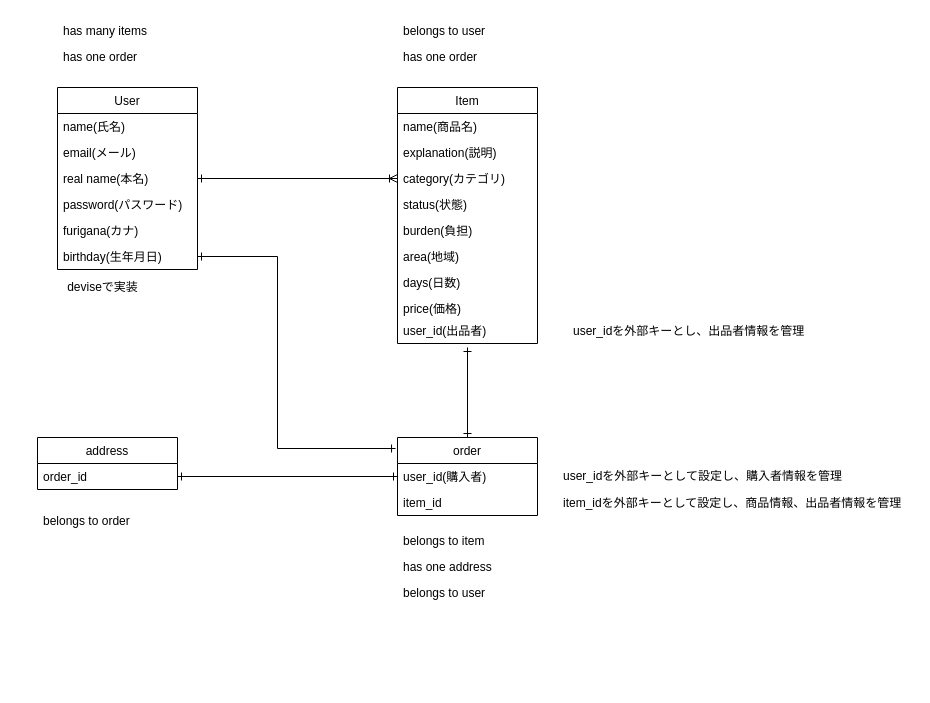
Earlier version of the draw.io diagram Drow.dio (nannano-sys/furima-31163). Source tidied: cells renumbered, new cells numbered last; positions are measured from the earlier drawing's top-left corner, leaving out a move shared by most shapes. Both pictures are drawn from the tidied source at 100%, with x=0, y=0 at pixel (37, 17).
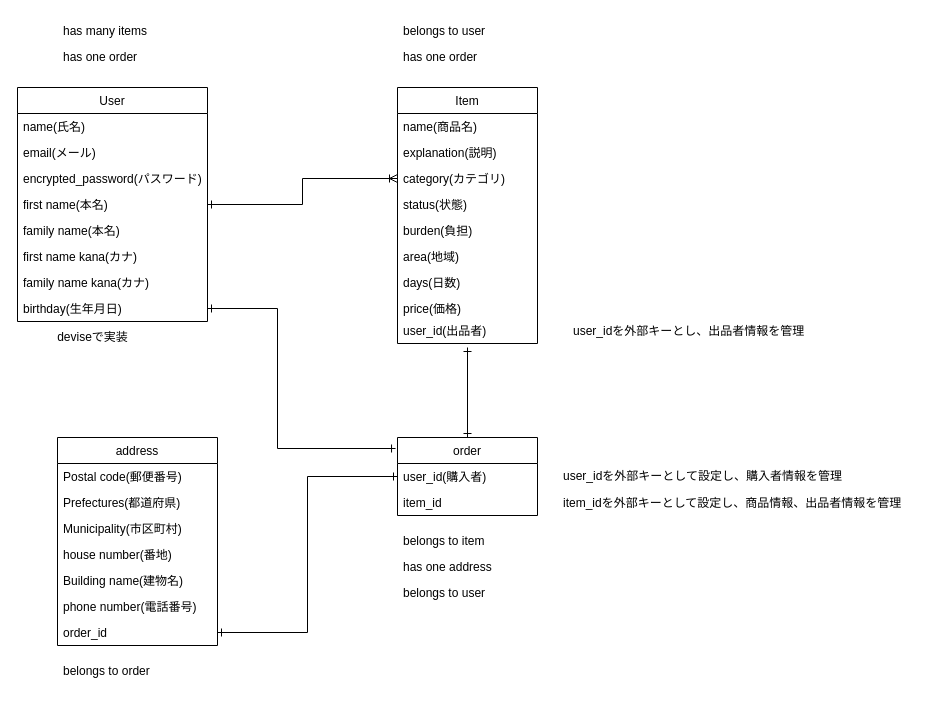
The same page after the edit.

The change refers to these unchanged cells:
```xml
<mxCell id="19" value="order" style="swimlane;fontStyle=0;horizontal=1;startSize=26;fillColor=none;" parent="1" vertex="1">
  <mxGeometry x="360" y="420" width="140" height="78" as="geometry" />
</mxCell>
```

The edit, as a diff of the source:
```diff
@@
     <mxCell id="2" value="deviseで実装" style="text;html=1;align=center;verticalAlign=middle;" parent="1" vertex="1">
-      <mxGeometry x="20" y="260" width="90" height="20" as="geometry" />
+      <mxGeometry x="10" y="310" width="90" height="20" as="geometry" />
     </mxCell>
@@
-    <mxCell id="22" value="address" style="swimlane;fontStyle=0;horizontal=1;startSize=26;fillColor=none;" parent="1" vertex="1">
-      <mxGeometry y="420" width="140" height="52" as="geometry" />
-    </mxCell>
-    <mxCell id="23" value="order_id" style="text;strokeColor=none;fillColor=none;align=left;verticalAlign=top;spacingLeft=4;spacingRight=4;overflow=hidden;points=[[0,0.5],[1,0.5]];portConstraint=eastwest;" parent="22" vertex="1">
-      <mxGeometry y="26" width="140" height="26" as="geometry" />
-    </mxCell>
@@
     <mxCell id="28" value="belongs to order" style="text;strokeColor=none;fillColor=none;align=left;verticalAlign=top;spacingLeft=4;spacingRight=4;overflow=hidden;" parent="1" vertex="1">
-      <mxGeometry y="490" width="110" height="26" as="geometry" />
+      <mxGeometry x="20" y="640" width="110" height="26" as="geometry" />
     </mxCell>
@@
     <mxCell id="30" style="edgeStyle=orthogonalEdgeStyle;rounded=0;jettySize=auto;html=1;exitX=1;exitY=0.5;exitDx=0;exitDy=0;entryX=-0.014;entryY=0.141;entryDx=0;entryDy=0;entryPerimeter=0;endArrow=ERone;endFill=0;startArrow=ERone;startFill=0;" parent="1" edge="1" source="38" target="19">
       <mxGeometry relative="1" as="geometry">
         <Array as="points">
-          <mxPoint x="240" y="239" />
+          <mxPoint x="240" y="291" />
           <mxPoint x="240" y="431" />
         </Array>
       </mxGeometry>
     </mxCell>
@@
     <mxCell id="32" value="User" style="swimlane;fontStyle=0;horizontal=1;startSize=26;fillColor=none;" parent="1" vertex="1">
-      <mxGeometry x="20" y="70" width="140" height="182" as="geometry" />
+      <mxGeometry x="-20" y="70" width="190" height="234" as="geometry" />
     </mxCell>
     <mxCell id="33" value="name(氏名)" style="text;strokeColor=none;fillColor=none;align=left;verticalAlign=top;spacingLeft=4;spacingRight=4;overflow=hidden;" parent="32" vertex="1">
-      <mxGeometry y="26" width="140" height="26" as="geometry" />
+      <mxGeometry y="26" width="190" height="26" as="geometry" />
     </mxCell>
     <mxCell id="34" value="email(メール)" style="text;strokeColor=none;fillColor=none;align=left;verticalAlign=top;spacingLeft=4;spacingRight=4;overflow=hidden;" parent="32" vertex="1">
-      <mxGeometry y="52" width="140" height="26" as="geometry" />
+      <mxGeometry y="52" width="190" height="26" as="geometry" />
     </mxCell>
+    <mxCell id="40" value="encrypted_password(パスワード)" style="text;strokeColor=none;fillColor=none;align=left;verticalAlign=top;spacingLeft=4;spacingRight=4;overflow=hidden;" parent="32" vertex="1">
+      <mxGeometry y="78" width="190" height="26" as="geometry" />
+    </mxCell>
-    <mxCell id="35" value="real name(本名)" style="text;strokeColor=none;fillColor=none;align=left;verticalAlign=top;spacingLeft=4;spacingRight=4;overflow=hidden;points=[[0,0.5],[1,0.5]];portConstraint=eastwest;" parent="32" vertex="1">
-      <mxGeometry y="78" width="140" height="26" as="geometry" />
+    <mxCell id="35" value="first name(本名)" style="text;strokeColor=none;fillColor=none;align=left;verticalAlign=top;spacingLeft=4;spacingRight=4;overflow=hidden;points=[[0,0.5],[1,0.5]];portConstraint=eastwest;" parent="32" vertex="1">
+      <mxGeometry y="104" width="190" height="26" as="geometry" />
     </mxCell>
-    <mxCell id="36" value="password(パスワード)&#10;" style="text;strokeColor=none;fillColor=none;align=left;verticalAlign=top;spacingLeft=4;spacingRight=4;overflow=hidden;" parent="32" vertex="1">
-      <mxGeometry y="104" width="140" height="26" as="geometry" />
-    </mxCell>
+    <mxCell id="41" value="family name(本名)" style="text;strokeColor=none;fillColor=none;align=left;verticalAlign=top;spacingLeft=4;spacingRight=4;overflow=hidden;" parent="32" vertex="1">
+      <mxGeometry y="130" width="190" height="26" as="geometry" />
+    </mxCell>
-    <mxCell id="37" value="furigana(カナ)" style="text;strokeColor=none;fillColor=none;align=left;verticalAlign=top;spacingLeft=4;spacingRight=4;overflow=hidden;" parent="32" vertex="1">
-      <mxGeometry y="130" width="140" height="26" as="geometry" />
+    <mxCell id="37" value="first name kana(カナ)" style="text;strokeColor=none;fillColor=none;align=left;verticalAlign=top;spacingLeft=4;spacingRight=4;overflow=hidden;" parent="32" vertex="1">
+      <mxGeometry y="156" width="190" height="26" as="geometry" />
     </mxCell>
+    <mxCell id="42" value="family name kana(カナ)" style="text;strokeColor=none;fillColor=none;align=left;verticalAlign=top;spacingLeft=4;spacingRight=4;overflow=hidden;" parent="32" vertex="1">
+      <mxGeometry y="182" width="190" height="26" as="geometry" />
+    </mxCell>
     <mxCell id="38" value="birthday(生年月日)" style="text;strokeColor=none;fillColor=none;align=left;verticalAlign=top;spacingLeft=4;spacingRight=4;overflow=hidden;points=[[0,0.5],[1,0.5]];portConstraint=eastwest;" parent="32" vertex="1">
-      <mxGeometry y="156" width="140" height="26" as="geometry" />
+      <mxGeometry y="208" width="190" height="26" as="geometry" />
     </mxCell>
@@
+    <mxCell id="22" value="address" style="swimlane;fontStyle=0;horizontal=1;startSize=26;fillColor=none;" parent="1" vertex="1">
+      <mxGeometry x="20" y="420" width="160" height="208" as="geometry" />
+    </mxCell>
+    <mxCell id="43" value="Postal code(郵便番号)" style="text;strokeColor=none;fillColor=none;align=left;verticalAlign=top;spacingLeft=4;spacingRight=4;overflow=hidden;" parent="22" vertex="1">
+      <mxGeometry y="26" width="160" height="26" as="geometry" />
+    </mxCell>
+    <mxCell id="44" value="Prefectures(都道府県)" style="text;strokeColor=none;fillColor=none;align=left;verticalAlign=top;spacingLeft=4;spacingRight=4;overflow=hidden;" parent="22" vertex="1">
+      <mxGeometry y="52" width="160" height="26" as="geometry" />
+    </mxCell>
+    <mxCell id="45" value="Municipality(市区町村)" style="text;strokeColor=none;fillColor=none;align=left;verticalAlign=top;spacingLeft=4;spacingRight=4;overflow=hidden;" parent="22" vertex="1">
+      <mxGeometry y="78" width="160" height="26" as="geometry" />
+    </mxCell>
+    <mxCell id="46" value="house number(番地)" style="text;strokeColor=none;fillColor=none;align=left;verticalAlign=top;spacingLeft=4;spacingRight=4;overflow=hidden;" parent="22" vertex="1">
+      <mxGeometry y="104" width="160" height="26" as="geometry" />
+    </mxCell>
+    <mxCell id="47" value="Building name(建物名)" style="text;strokeColor=none;fillColor=none;align=left;verticalAlign=top;spacingLeft=4;spacingRight=4;overflow=hidden;" parent="22" vertex="1">
+      <mxGeometry y="130" width="160" height="26" as="geometry" />
+    </mxCell>
+    <mxCell id="48" value="phone number(電話番号)" style="text;strokeColor=none;fillColor=none;align=left;verticalAlign=top;spacingLeft=4;spacingRight=4;overflow=hidden;" parent="22" vertex="1">
+      <mxGeometry y="156" width="160" height="26" as="geometry" />
+    </mxCell>
+    <mxCell id="23" value="order_id" style="text;strokeColor=none;fillColor=none;align=left;verticalAlign=top;spacingLeft=4;spacingRight=4;overflow=hidden;points=[[0,0.5],[1,0.5]];portConstraint=eastwest;" parent="22" vertex="1">
+      <mxGeometry y="182" width="160" height="26" as="geometry" />
+    </mxCell>
```
